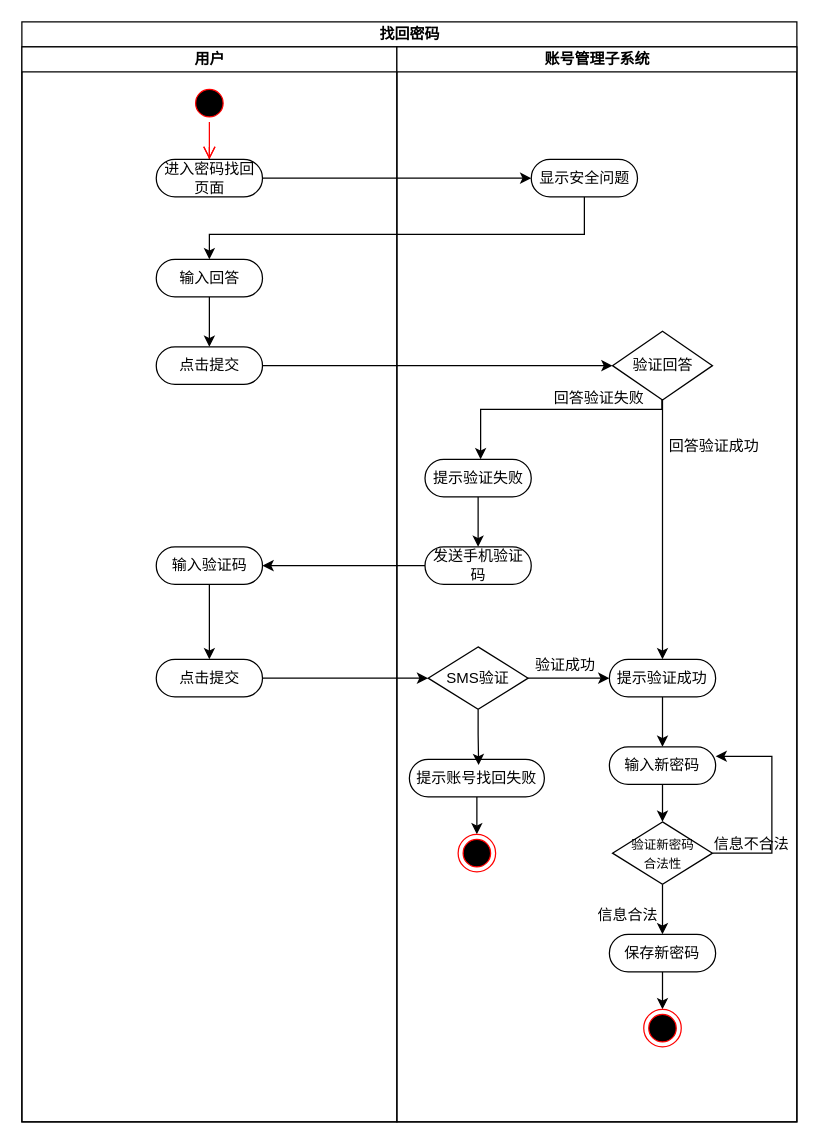
Before: 找回密码活动图.drawio in PomeloLemon/SoftwareDiagrams, a draw.io diagram. Source tidied: cells renumbered, new cells numbered last; positions are measured from the earlier drawing's top-left corner, leaving out a move shared by most shapes. Both pictures are drawn from the tidied source at 125%, with x=0, y=0 at pixel (21, 21).
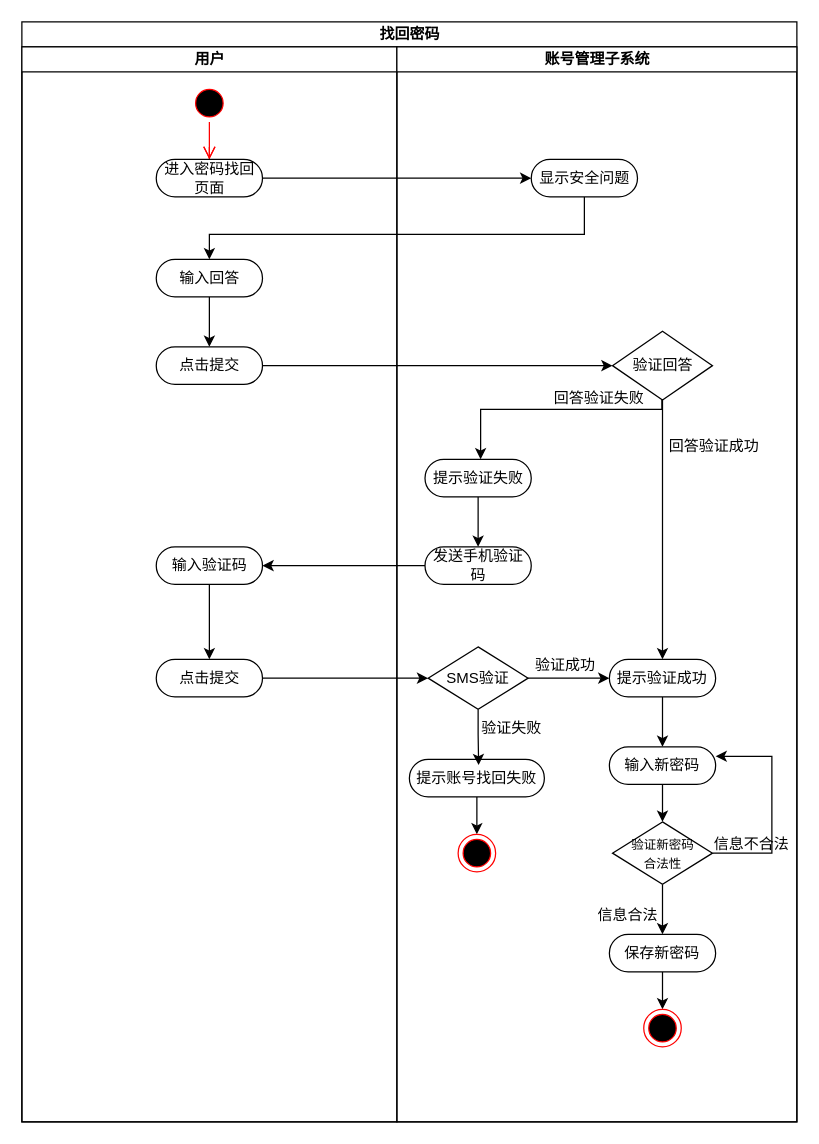
The same page after the edit.

Commit message:
更新找回密码活动图.drawio

Unchanged cells that the change refers to:
```xml
<mxCell id="19" value="账号管理子系统" style="swimlane;startSize=20;html=1;" parent="2" vertex="1">
  <mxGeometry x="300" y="20" width="320" height="860" as="geometry" />
</mxCell>
```

Change to the diagram source:
```diff
@@
+    <mxCell id="48" value="验证失败" style="text;html=1;strokeColor=none;fillColor=none;align=center;verticalAlign=middle;whiteSpace=wrap;rounded=0;" parent="19" vertex="1">
+      <mxGeometry x="61.5" y="530" width="60" height="30" as="geometry" />
+    </mxCell>
```
